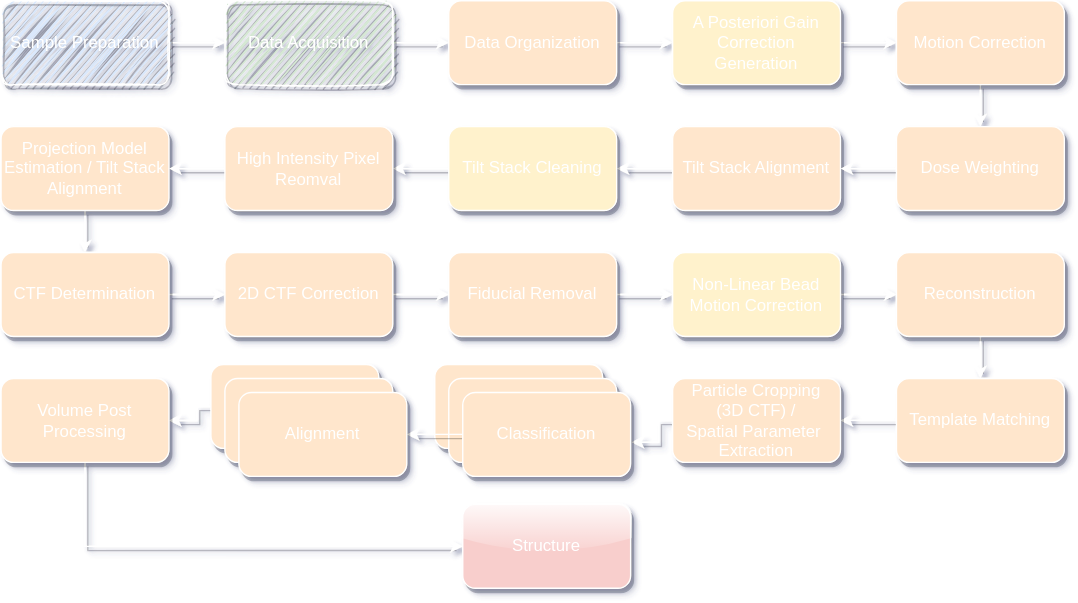
KudryashevLab/TomoBEAR keeps this draw.io diagram as images/pipeline_dark_mode.svg. Above is the earlier version. Source tidied: cells renumbered, new cells last; positions are measured from the earlier drawing's top-left corner, leaving out a move shared by most shapes.
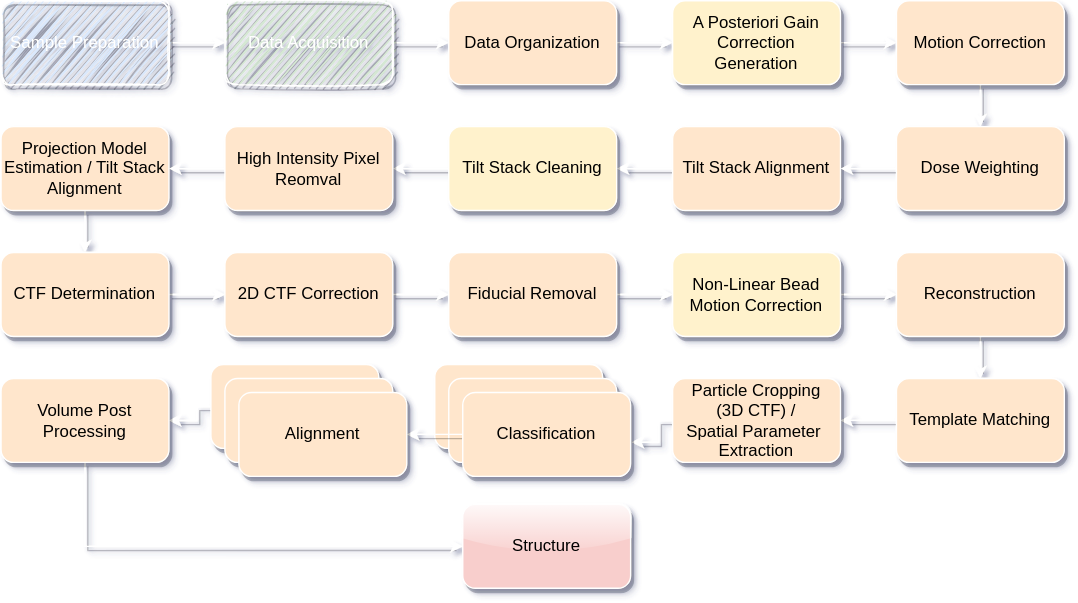
The same diagram one commit later.

Change to the diagram source:
```diff
@@ -17,46 +17,46 @@
     <mxCell id="6" style="edgeStyle=orthogonalEdgeStyle;rounded=0;jettySize=auto;html=1;entryX=0;entryY=0.5;entryDx=0;entryDy=0;shadow=1;fontColor=#FFFFFF;strokeColor=#FFFFFF;" parent="1" edge="1" source="7" target="34">
       <mxGeometry relative="1" as="geometry" />
     </mxCell>
-    <mxCell id="7" value="Data Organization" style="rounded=1;whiteSpace=wrap;html=1;fillColor=#ffe6cc;strokeColor=#FFFFFF;shadow=1;fontColor=#FFFFFF;" parent="1" vertex="1">
+    <mxCell id="7" value="Data Organization" style="rounded=1;whiteSpace=wrap;html=1;fillColor=#ffe6cc;strokeColor=#FFFFFF;shadow=1;fontColor=#000000;" parent="1" vertex="1">
       <mxGeometry x="320" width="120" height="60" as="geometry" />
     </mxCell>
     <mxCell id="8" style="edgeStyle=orthogonalEdgeStyle;rounded=0;jettySize=auto;html=1;entryX=1;entryY=0.5;entryDx=0;entryDy=0;endArrow=classic;endFill=1;strokeWidth=1;shadow=1;fontColor=#FFFFFF;strokeColor=#FFFFFF;" parent="1" edge="1" source="9" target="11">
       <mxGeometry relative="1" as="geometry" />
     </mxCell>
-    <mxCell id="9" value="Tilt Stack Alignment" style="rounded=1;whiteSpace=wrap;html=1;fillColor=#ffe6cc;strokeColor=#FFFFFF;shadow=1;fontColor=#FFFFFF;" parent="1" vertex="1">
+    <mxCell id="9" value="Tilt Stack Alignment" style="rounded=1;whiteSpace=wrap;html=1;fillColor=#ffe6cc;strokeColor=#FFFFFF;shadow=1;fontColor=#000000;" parent="1" vertex="1">
       <mxGeometry x="480" y="90" width="120" height="60" as="geometry" />
     </mxCell>
     <mxCell id="10" style="edgeStyle=orthogonalEdgeStyle;rounded=0;jettySize=auto;html=1;entryX=1;entryY=0.5;entryDx=0;entryDy=0;endArrow=classic;endFill=1;strokeWidth=1;shadow=1;fontColor=#FFFFFF;strokeColor=#FFFFFF;" parent="1" edge="1" source="11" target="46">
       <mxGeometry relative="1" as="geometry" />
     </mxCell>
-    <mxCell id="11" value="Tilt Stack Cleaning" style="rounded=1;whiteSpace=wrap;html=1;fillColor=#fff2cc;strokeColor=#FFFFFF;shadow=1;fontColor=#FFFFFF;" parent="1" vertex="1">
+    <mxCell id="11" value="Tilt Stack Cleaning" style="rounded=1;whiteSpace=wrap;html=1;fillColor=#fff2cc;strokeColor=#FFFFFF;shadow=1;fontColor=#000000;" parent="1" vertex="1">
       <mxGeometry x="320" y="90" width="120" height="60" as="geometry" />
     </mxCell>
     <mxCell id="12" style="edgeStyle=orthogonalEdgeStyle;rounded=0;jettySize=auto;html=1;entryX=0.5;entryY=0;entryDx=0;entryDy=0;endArrow=classic;endFill=1;strokeWidth=1;shadow=1;fontColor=#FFFFFF;strokeColor=#FFFFFF;" parent="1" edge="1" source="13" target="40">
       <mxGeometry relative="1" as="geometry" />
     </mxCell>
-    <mxCell id="13" value="Projection Model Estimation / Tilt Stack Alignment" style="rounded=1;whiteSpace=wrap;html=1;fillColor=#ffe6cc;strokeColor=#FFFFFF;shadow=1;fontColor=#FFFFFF;" parent="1" vertex="1">
+    <mxCell id="13" value="Projection Model Estimation / Tilt Stack Alignment" style="rounded=1;whiteSpace=wrap;html=1;fillColor=#ffe6cc;strokeColor=#FFFFFF;shadow=1;fontColor=#000000;" parent="1" vertex="1">
       <mxGeometry y="90" width="120" height="60" as="geometry" />
     </mxCell>
-    <mxCell id="14" style="edgeStyle=orthogonalEdgeStyle;rounded=0;jettySize=auto;html=1;entryX=0;entryY=0.5;entryDx=0;entryDy=0;endArrow=classic;endFill=1;strokeWidth=1;shadow=1;fontColor=#FFFFFF;strokeColor=#FFFFFF;" parent="1" edge="1" source="15" target="36">
+    <mxCell id="14" style="edgeStyle=orthogonalEdgeStyle;rounded=0;jettySize=auto;html=1;entryX=0;entryY=0.5;entryDx=0;entryDy=0;endArrow=classic;endFill=1;strokeWidth=1;shadow=1;fontColor=#000000;strokeColor=#FFFFFF;" parent="1" edge="1" source="15" target="36">
       <mxGeometry relative="1" as="geometry" />
     </mxCell>
-    <mxCell id="15" value="Fiducial Removal" style="rounded=1;whiteSpace=wrap;html=1;fillColor=#ffe6cc;strokeColor=#FFFFFF;shadow=1;fontColor=#FFFFFF;" parent="1" vertex="1">
+    <mxCell id="15" value="Fiducial Removal" style="rounded=1;whiteSpace=wrap;html=1;fillColor=#ffe6cc;strokeColor=#FFFFFF;shadow=1;fontColor=#000000;" parent="1" vertex="1">
       <mxGeometry x="320" y="180" width="120" height="60" as="geometry" />
     </mxCell>
-    <mxCell id="16" style="edgeStyle=orthogonalEdgeStyle;rounded=0;jettySize=auto;html=1;entryX=0.5;entryY=0;entryDx=0;entryDy=0;endArrow=classic;endFill=1;strokeWidth=1;shadow=1;fontColor=#FFFFFF;strokeColor=#FFFFFF;" parent="1" edge="1" source="17" target="19">
+    <mxCell id="16" style="edgeStyle=orthogonalEdgeStyle;rounded=0;jettySize=auto;html=1;entryX=0.5;entryY=0;entryDx=0;entryDy=0;endArrow=classic;endFill=1;strokeWidth=1;shadow=1;fontColor=#000000;strokeColor=#FFFFFF;" parent="1" edge="1" source="17" target="19">
       <mxGeometry relative="1" as="geometry" />
     </mxCell>
-    <mxCell id="17" value="&lt;div&gt;Reconstruction&lt;/div&gt;" style="rounded=1;whiteSpace=wrap;html=1;fillColor=#ffe6cc;strokeColor=#FFFFFF;shadow=1;fontColor=#FFFFFF;" parent="1" vertex="1">
+    <mxCell id="17" value="&lt;div&gt;Reconstruction&lt;/div&gt;" style="rounded=1;whiteSpace=wrap;html=1;fillColor=#ffe6cc;strokeColor=#FFFFFF;shadow=1;fontColor=#000000;" parent="1" vertex="1">
       <mxGeometry x="640" y="180" width="120" height="60" as="geometry" />
     </mxCell>
-    <mxCell id="18" style="edgeStyle=orthogonalEdgeStyle;rounded=0;jettySize=auto;html=1;entryX=1;entryY=0.5;entryDx=0;entryDy=0;endArrow=classic;endFill=1;strokeWidth=1;shadow=1;fontColor=#FFFFFF;strokeColor=#FFFFFF;" parent="1" edge="1" source="19" target="21">
+    <mxCell id="18" style="edgeStyle=orthogonalEdgeStyle;rounded=0;jettySize=auto;html=1;entryX=1;entryY=0.5;entryDx=0;entryDy=0;endArrow=classic;endFill=1;strokeWidth=1;shadow=1;fontColor=#000000;strokeColor=#FFFFFF;" parent="1" edge="1" source="19" target="21">
       <mxGeometry relative="1" as="geometry" />
     </mxCell>
-    <mxCell id="19" value="Template Matching" style="rounded=1;whiteSpace=wrap;html=1;fillColor=#ffe6cc;strokeColor=#FFFFFF;shadow=1;fontColor=#FFFFFF;" parent="1" vertex="1">
+    <mxCell id="19" value="Template Matching" style="rounded=1;whiteSpace=wrap;html=1;fillColor=#ffe6cc;strokeColor=#FFFFFF;shadow=1;fontColor=#000000;" parent="1" vertex="1">
       <mxGeometry x="640" y="270" width="120" height="60" as="geometry" />
     </mxCell>
-    <mxCell id="20" style="edgeStyle=orthogonalEdgeStyle;rounded=0;jettySize=auto;html=1;entryX=1.006;entryY=0.593;entryDx=0;entryDy=0;entryPerimeter=0;endArrow=classic;endFill=1;strokeWidth=1;shadow=1;fontColor=#FFFFFF;strokeColor=#FFFFFF;" parent="1" edge="1" source="21" target="27">
+    <mxCell id="20" style="edgeStyle=orthogonalEdgeStyle;rounded=0;jettySize=auto;html=1;entryX=1.006;entryY=0.593;entryDx=0;entryDy=0;entryPerimeter=0;endArrow=classic;endFill=1;strokeWidth=1;shadow=1;fontColor=#000000;strokeColor=#FFFFFF;" parent="1" edge="1" source="21" target="27">
       <mxGeometry relative="1" as="geometry">
         <Array as="points">
           <mxPoint x="470" y="300" />
@@ -64,10 +64,10 @@
         </Array>
       </mxGeometry>
     </mxCell>
-    <mxCell id="21" value="&lt;div&gt;Particle Cropping&lt;/div&gt;&lt;div&gt;(3D CTF) /&lt;/div&gt;&lt;div&gt;Spatial Parameter&amp;nbsp; Extraction&lt;/div&gt;" style="rounded=1;whiteSpace=wrap;html=1;fillColor=#ffe6cc;strokeColor=#FFFFFF;shadow=1;fontColor=#FFFFFF;" parent="1" vertex="1">
+    <mxCell id="21" value="&lt;div&gt;Particle Cropping&lt;/div&gt;&lt;div&gt;(3D CTF) /&lt;/div&gt;&lt;div&gt;Spatial Parameter&amp;nbsp; Extraction&lt;/div&gt;" style="rounded=1;whiteSpace=wrap;html=1;fillColor=#ffe6cc;strokeColor=#FFFFFF;shadow=1;fontColor=#000000;" parent="1" vertex="1">
       <mxGeometry x="480" y="270" width="120" height="60" as="geometry" />
     </mxCell>
-    <mxCell id="22" value="Classification" style="rounded=1;whiteSpace=wrap;html=1;fillColor=#ffe6cc;strokeColor=#FFFFFF;shadow=1;fontColor=#FFFFFF;" parent="1" vertex="1">
+    <mxCell id="22" value="Classification" style="rounded=1;whiteSpace=wrap;html=1;fillColor=#ffe6cc;strokeColor=#FFFFFF;shadow=1;fontColor=#000000;" parent="1" vertex="1">
       <mxGeometry x="310" y="260" width="120" height="60" as="geometry" />
     </mxCell>
     <mxCell id="23" style="edgeStyle=orthogonalEdgeStyle;rounded=0;jettySize=auto;html=1;entryX=1;entryY=0.5;entryDx=0;entryDy=0;endArrow=classic;endFill=1;strokeWidth=1;shadow=1;fontColor=#FFFFFF;strokeColor=#FFFFFF;" parent="1" edge="1" source="24" target="31">
@@ -78,22 +78,22 @@
         </Array>
       </mxGeometry>
     </mxCell>
-    <mxCell id="24" value="Alignment" style="rounded=1;whiteSpace=wrap;html=1;fillColor=#ffe6cc;strokeColor=#FFFFFF;shadow=1;fontColor=#FFFFFF;" parent="1" vertex="1">
+    <mxCell id="24" value="Alignment" style="rounded=1;whiteSpace=wrap;html=1;fillColor=#ffe6cc;strokeColor=#FFFFFF;shadow=1;fontColor=#000000;" parent="1" vertex="1">
       <mxGeometry x="150" y="260" width="120" height="60" as="geometry" />
     </mxCell>
-    <mxCell id="25" value="Classification" style="rounded=1;whiteSpace=wrap;html=1;fillColor=#ffe6cc;strokeColor=#FFFFFF;shadow=1;fontColor=#FFFFFF;" parent="1" vertex="1">
+    <mxCell id="25" value="Classification" style="rounded=1;whiteSpace=wrap;html=1;fillColor=#ffe6cc;strokeColor=#FFFFFF;shadow=1;fontColor=#000000;" parent="1" vertex="1">
       <mxGeometry x="320" y="270" width="120" height="60" as="geometry" />
     </mxCell>
-    <mxCell id="26" style="edgeStyle=orthogonalEdgeStyle;rounded=0;jettySize=auto;html=1;entryX=1;entryY=0.5;entryDx=0;entryDy=0;endArrow=classic;endFill=1;strokeWidth=1;shadow=1;fontColor=#FFFFFF;strokeColor=#FFFFFF;" parent="1" edge="1" source="27" target="29">
+    <mxCell id="26" style="edgeStyle=orthogonalEdgeStyle;rounded=0;jettySize=auto;html=1;entryX=1;entryY=0.5;entryDx=0;entryDy=0;endArrow=classic;endFill=1;strokeWidth=1;shadow=1;fontColor=#000000;strokeColor=#FFFFFF;" parent="1" edge="1" source="27" target="29">
       <mxGeometry relative="1" as="geometry" />
     </mxCell>
-    <mxCell id="27" value="Classification" style="rounded=1;whiteSpace=wrap;html=1;fillColor=#ffe6cc;strokeColor=#FFFFFF;shadow=1;fontColor=#FFFFFF;" parent="1" vertex="1">
+    <mxCell id="27" value="Classification" style="rounded=1;whiteSpace=wrap;html=1;fillColor=#ffe6cc;strokeColor=#FFFFFF;shadow=1;fontColor=#000000;" parent="1" vertex="1">
       <mxGeometry x="330" y="280" width="120" height="60" as="geometry" />
     </mxCell>
-    <mxCell id="28" value="Alignment" style="rounded=1;whiteSpace=wrap;html=1;fillColor=#ffe6cc;strokeColor=#FFFFFF;shadow=1;fontColor=#FFFFFF;" parent="1" vertex="1">
+    <mxCell id="28" value="Alignment" style="rounded=1;whiteSpace=wrap;html=1;fillColor=#ffe6cc;strokeColor=#FFFFFF;shadow=1;fontColor=#000000;" parent="1" vertex="1">
       <mxGeometry x="160" y="270" width="120" height="60" as="geometry" />
     </mxCell>
-    <mxCell id="29" value="Alignment" style="rounded=1;whiteSpace=wrap;html=1;fillColor=#ffe6cc;strokeColor=#FFFFFF;shadow=1;fontColor=#FFFFFF;" parent="1" vertex="1">
+    <mxCell id="29" value="Alignment" style="rounded=1;whiteSpace=wrap;html=1;fillColor=#ffe6cc;strokeColor=#FFFFFF;shadow=1;fontColor=#000000;" parent="1" vertex="1">
       <mxGeometry x="170" y="280" width="120" height="60" as="geometry" />
     </mxCell>
     <mxCell id="30" style="edgeStyle=orthogonalEdgeStyle;rounded=0;jettySize=auto;html=1;entryX=0;entryY=0.5;entryDx=0;entryDy=0;endArrow=classic;endFill=1;strokeWidth=1;shadow=1;fontColor=#FFFFFF;strokeColor=#FFFFFF;" parent="1" edge="1" source="31" target="32">
@@ -103,52 +103,52 @@
         </Array>
       </mxGeometry>
     </mxCell>
-    <mxCell id="31" value="Volume Post Processing" style="rounded=1;whiteSpace=wrap;html=1;fillColor=#ffe6cc;strokeColor=#FFFFFF;shadow=1;fontColor=#FFFFFF;" parent="1" vertex="1">
+    <mxCell id="31" value="Volume Post Processing" style="rounded=1;whiteSpace=wrap;html=1;fillColor=#ffe6cc;strokeColor=#FFFFFF;shadow=1;fontColor=#000000;" parent="1" vertex="1">
       <mxGeometry y="270" width="120" height="60" as="geometry" />
     </mxCell>
-    <mxCell id="32" value="Structure" style="rounded=1;whiteSpace=wrap;html=1;fillColor=#f8cecc;strokeColor=#FFFFFF;sketch=0;glass=1;shadow=1;fontColor=#FFFFFF;" parent="1" vertex="1">
+    <mxCell id="32" value="Structure" style="rounded=1;whiteSpace=wrap;html=1;fillColor=#f8cecc;strokeColor=#FFFFFF;sketch=0;glass=1;shadow=1;fontColor=#000000;" parent="1" vertex="1">
       <mxGeometry x="330" y="360" width="120" height="60" as="geometry" />
     </mxCell>
     <mxCell id="33" style="edgeStyle=orthogonalEdgeStyle;rounded=0;jettySize=auto;html=1;entryX=0;entryY=0.5;entryDx=0;entryDy=0;endArrow=classic;endFill=1;strokeWidth=1;shadow=1;fontColor=#FFFFFF;strokeColor=#FFFFFF;" parent="1" edge="1" source="34" target="44">
       <mxGeometry relative="1" as="geometry" />
     </mxCell>
-    <mxCell id="34" value="A Posteriori Gain Correction Generation" style="rounded=1;whiteSpace=wrap;html=1;fillColor=#fff2cc;strokeColor=#FFFFFF;shadow=1;fontColor=#FFFFFF;" parent="1" vertex="1">
+    <mxCell id="34" value="A Posteriori Gain Correction Generation" style="rounded=1;whiteSpace=wrap;html=1;fillColor=#fff2cc;strokeColor=#FFFFFF;shadow=1;fontColor=#000000;" parent="1" vertex="1">
       <mxGeometry x="480" width="120" height="60" as="geometry" />
     </mxCell>
-    <mxCell id="35" style="edgeStyle=orthogonalEdgeStyle;rounded=0;jettySize=auto;html=1;entryX=0;entryY=0.5;entryDx=0;entryDy=0;endArrow=classic;endFill=1;strokeWidth=1;shadow=1;fontColor=#FFFFFF;strokeColor=#FFFFFF;" parent="1" edge="1" source="36" target="17">
+    <mxCell id="35" style="edgeStyle=orthogonalEdgeStyle;rounded=0;jettySize=auto;html=1;entryX=0;entryY=0.5;entryDx=0;entryDy=0;endArrow=classic;endFill=1;strokeWidth=1;shadow=1;fontColor=#000000;strokeColor=#FFFFFF;" parent="1" edge="1" source="36" target="17">
       <mxGeometry relative="1" as="geometry" />
     </mxCell>
-    <mxCell id="36" value="Non-Linear Bead Motion Correction" style="rounded=1;whiteSpace=wrap;html=1;fillColor=#fff2cc;strokeColor=#FFFFFF;shadow=1;fontColor=#FFFFFF;" parent="1" vertex="1">
+    <mxCell id="36" value="Non-Linear Bead Motion Correction" style="rounded=1;whiteSpace=wrap;html=1;fillColor=#fff2cc;strokeColor=#FFFFFF;shadow=1;fontColor=#000000;" parent="1" vertex="1">
       <mxGeometry x="480" y="180" width="120" height="60" as="geometry" />
     </mxCell>
-    <mxCell id="37" style="edgeStyle=orthogonalEdgeStyle;rounded=0;jettySize=auto;html=1;entryX=0;entryY=0.5;entryDx=0;entryDy=0;endArrow=classic;endFill=1;strokeWidth=1;shadow=1;fontColor=#FFFFFF;strokeColor=#FFFFFF;" parent="1" edge="1" source="38" target="15">
+    <mxCell id="37" style="edgeStyle=orthogonalEdgeStyle;rounded=0;jettySize=auto;html=1;entryX=0;entryY=0.5;entryDx=0;entryDy=0;endArrow=classic;endFill=1;strokeWidth=1;shadow=1;fontColor=#000000;strokeColor=#FFFFFF;" parent="1" edge="1" source="38" target="15">
       <mxGeometry relative="1" as="geometry" />
     </mxCell>
-    <mxCell id="38" value="2D CTF Correction" style="rounded=1;whiteSpace=wrap;html=1;fillColor=#ffe6cc;strokeColor=#FFFFFF;shadow=1;fontColor=#FFFFFF;" parent="1" vertex="1">
+    <mxCell id="38" value="2D CTF Correction" style="rounded=1;whiteSpace=wrap;html=1;fillColor=#ffe6cc;strokeColor=#FFFFFF;shadow=1;fontColor=#000000;" parent="1" vertex="1">
       <mxGeometry x="160" y="180" width="120" height="60" as="geometry" />
     </mxCell>
     <mxCell id="39" style="edgeStyle=orthogonalEdgeStyle;rounded=0;jettySize=auto;html=1;entryX=0;entryY=0.5;entryDx=0;entryDy=0;endArrow=classic;endFill=1;strokeWidth=1;shadow=1;fontColor=#FFFFFF;strokeColor=#FFFFFF;" parent="1" edge="1" source="40" target="38">
       <mxGeometry relative="1" as="geometry" />
     </mxCell>
-    <mxCell id="40" value="CTF Determination" style="rounded=1;whiteSpace=wrap;html=1;fillColor=#ffe6cc;strokeColor=#FFFFFF;shadow=1;fontColor=#FFFFFF;" parent="1" vertex="1">
+    <mxCell id="40" value="CTF Determination" style="rounded=1;whiteSpace=wrap;html=1;fillColor=#ffe6cc;strokeColor=#FFFFFF;shadow=1;fontColor=#000000;" parent="1" vertex="1">
       <mxGeometry y="180" width="120" height="60" as="geometry" />
     </mxCell>
     <mxCell id="41" style="edgeStyle=orthogonalEdgeStyle;rounded=0;jettySize=auto;html=1;entryX=1;entryY=0.5;entryDx=0;entryDy=0;endArrow=classic;endFill=1;strokeWidth=1;shadow=1;fontColor=#FFFFFF;strokeColor=#FFFFFF;" parent="1" edge="1" source="42" target="9">
       <mxGeometry relative="1" as="geometry" />
     </mxCell>
-    <mxCell id="42" value="&lt;div&gt;Dose Weighting&lt;/div&gt;" style="rounded=1;whiteSpace=wrap;html=1;fillColor=#ffe6cc;strokeColor=#FFFFFF;shadow=1;fontColor=#FFFFFF;" parent="1" vertex="1">
+    <mxCell id="42" value="&lt;div&gt;Dose Weighting&lt;/div&gt;" style="rounded=1;whiteSpace=wrap;html=1;fillColor=#ffe6cc;strokeColor=#FFFFFF;shadow=1;fontColor=#000000;" parent="1" vertex="1">
       <mxGeometry x="640" y="90" width="120" height="60" as="geometry" />
     </mxCell>
     <mxCell id="43" style="edgeStyle=orthogonalEdgeStyle;rounded=0;jettySize=auto;html=1;entryX=0.5;entryY=0;entryDx=0;entryDy=0;endArrow=classic;endFill=1;strokeWidth=1;shadow=1;fontColor=#FFFFFF;strokeColor=#FFFFFF;" parent="1" edge="1" source="44" target="42">
       <mxGeometry relative="1" as="geometry" />
     </mxCell>
-    <mxCell id="44" value="Motion Correction" style="rounded=1;whiteSpace=wrap;html=1;fillColor=#ffe6cc;strokeColor=#FFFFFF;shadow=1;fontColor=#FFFFFF;" parent="1" vertex="1">
+    <mxCell id="44" value="Motion Correction" style="rounded=1;whiteSpace=wrap;html=1;fillColor=#ffe6cc;strokeColor=#FFFFFF;shadow=1;fontColor=#000000;" parent="1" vertex="1">
       <mxGeometry x="640" width="120" height="60" as="geometry" />
     </mxCell>
     <mxCell id="45" style="edgeStyle=orthogonalEdgeStyle;rounded=0;jettySize=auto;html=1;entryX=1;entryY=0.5;entryDx=0;entryDy=0;endArrow=classic;endFill=1;strokeWidth=1;shadow=1;fontColor=#FFFFFF;strokeColor=#FFFFFF;" parent="1" edge="1" source="46" target="13">
       <mxGeometry relative="1" as="geometry" />
     </mxCell>
-    <mxCell id="46" value="High Intensity Pixel Reomval" style="rounded=1;whiteSpace=wrap;html=1;fillColor=#ffe6cc;strokeColor=#FFFFFF;shadow=1;fontColor=#FFFFFF;" parent="1" vertex="1">
+    <mxCell id="46" value="High Intensity Pixel Reomval" style="rounded=1;whiteSpace=wrap;html=1;fillColor=#ffe6cc;strokeColor=#FFFFFF;shadow=1;fontColor=#000000;" parent="1" vertex="1">
       <mxGeometry x="160" y="90" width="120" height="60" as="geometry" />
     </mxCell>
   </root>
```
